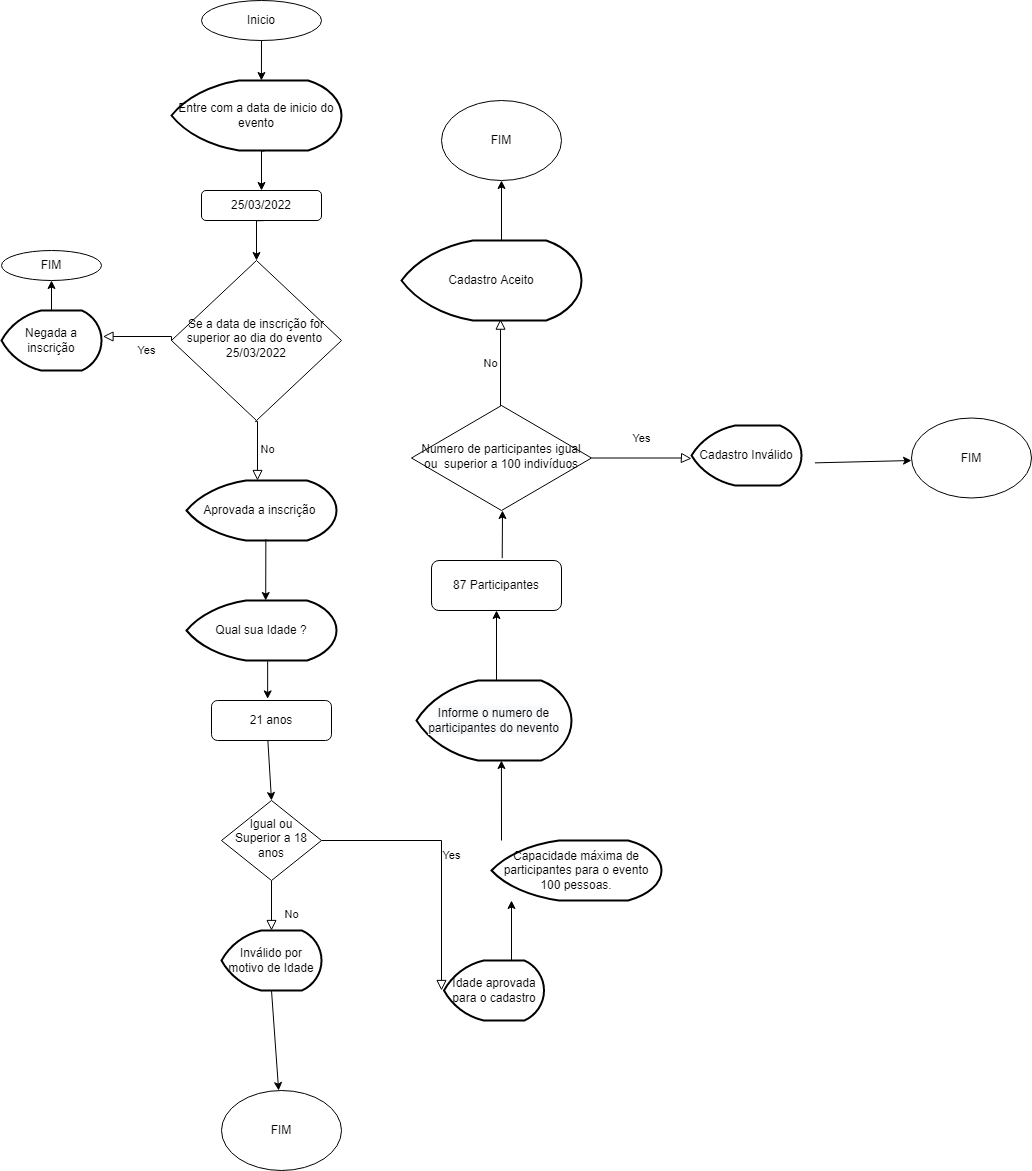
EvertonMDS/Fluxograma keeps this draw.io diagram as Untitled Diagram.drawio.png. Above is the earlier version. Source tidied: cells renumbered, new cells last; positions are measured from the earlier drawing's top-left corner, leaving out a move shared by most shapes.
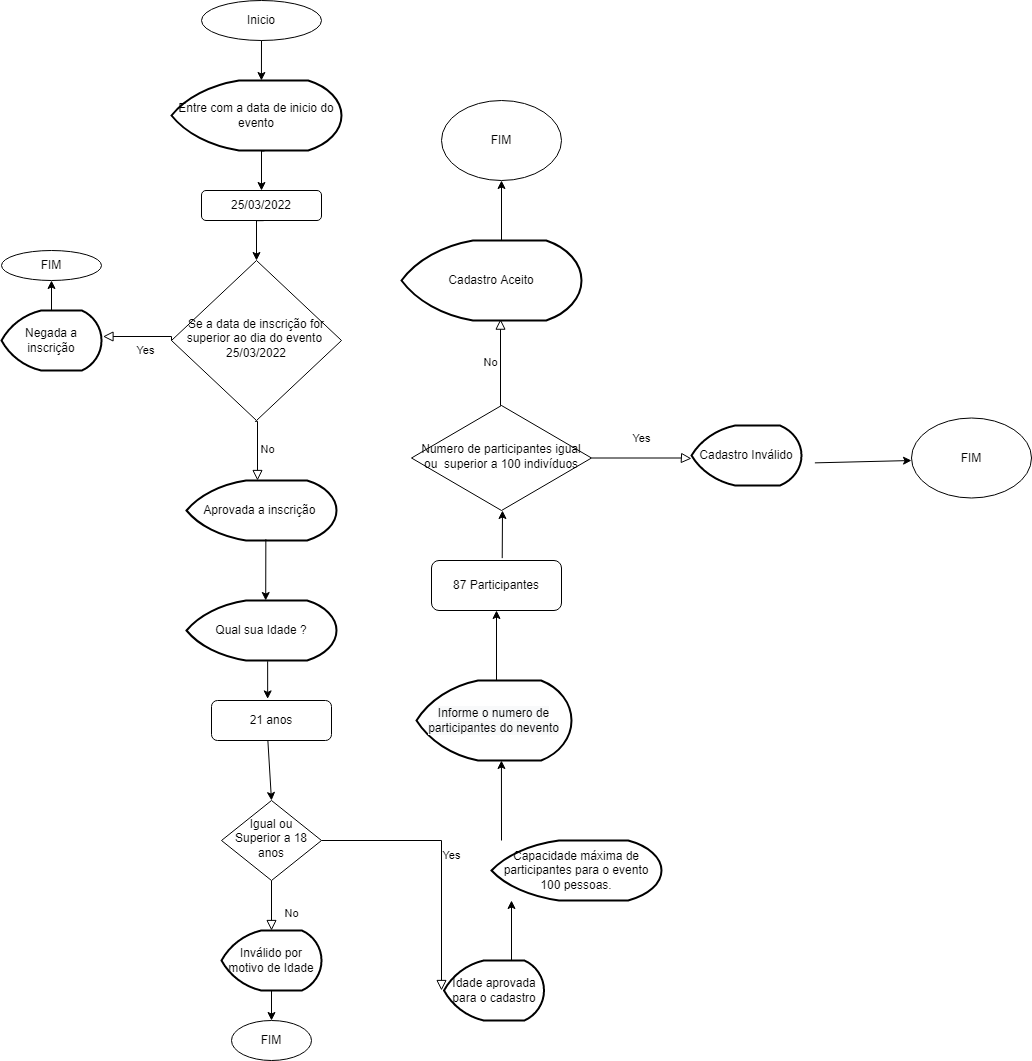
The same file after the commit.

What changed in the source:
```diff
@@ -5,10 +5,8 @@
     <mxCell id="2" value="Se a data de inscrição for superior ao dia do evento&amp;nbsp; 25/03/2022" style="rhombus;whiteSpace=wrap;html=1;shadow=0;fontFamily=Helvetica;fontSize=12;align=center;strokeWidth=1;spacing=6;spacingTop=-4;" parent="1" vertex="1">
       <mxGeometry x="170" y="260" width="170" height="160" as="geometry" />
     </mxCell>
-    <mxCell id="3" value="No" style="rounded=0;html=1;jettySize=auto;fontSize=11;endArrow=block;endFill=0;endSize=8;strokeWidth=1;shadow=0;labelBackgroundColor=none;edgeStyle=orthogonalEdgeStyle;" parent="1" edge="1" source="5">
-      <mxGeometry x="0.33" y="20" relative="1" as="geometry">
-        <mxPoint x="270" y="930" as="targetPoint" />
-      </mxGeometry>
+    <mxCell id="3" value="No" style="rounded=0;html=1;jettySize=auto;fontSize=11;endArrow=block;endFill=0;endSize=8;strokeWidth=1;shadow=0;labelBackgroundColor=none;edgeStyle=orthogonalEdgeStyle;entryX=0.5;entryY=0;entryDx=0;entryDy=0;entryPerimeter=0;" parent="1" edge="1" source="5" target="23">
+      <mxGeometry x="0.33" y="20" relative="1" as="geometry" />
     </mxCell>
     <mxCell id="4" value="Yes" style="edgeStyle=orthogonalEdgeStyle;rounded=0;html=1;jettySize=auto;fontSize=11;endArrow=block;endFill=0;endSize=8;strokeWidth=1;shadow=0;labelBackgroundColor=none;" parent="1" edge="1" source="5">
       <mxGeometry y="10" relative="1" as="geometry">
@@ -81,7 +79,7 @@
       <mxGeometry x="185" y="600" width="150" height="60" as="geometry" />
     </mxCell>
     <mxCell id="19" value="FIM" style="ellipse;whiteSpace=wrap;html=1;" parent="1" vertex="1">
-      <mxGeometry x="220" y="1090" width="120" height="80" as="geometry" />
+      <mxGeometry x="230" y="1020" width="80" height="40" as="geometry" />
     </mxCell>
     <mxCell id="20" value="21 anos" style="rounded=1;whiteSpace=wrap;html=1;fontSize=12;glass=0;strokeWidth=1;shadow=0;" parent="1" vertex="1">
       <mxGeometry x="210" y="700" width="120" height="40" as="geometry" />
```
